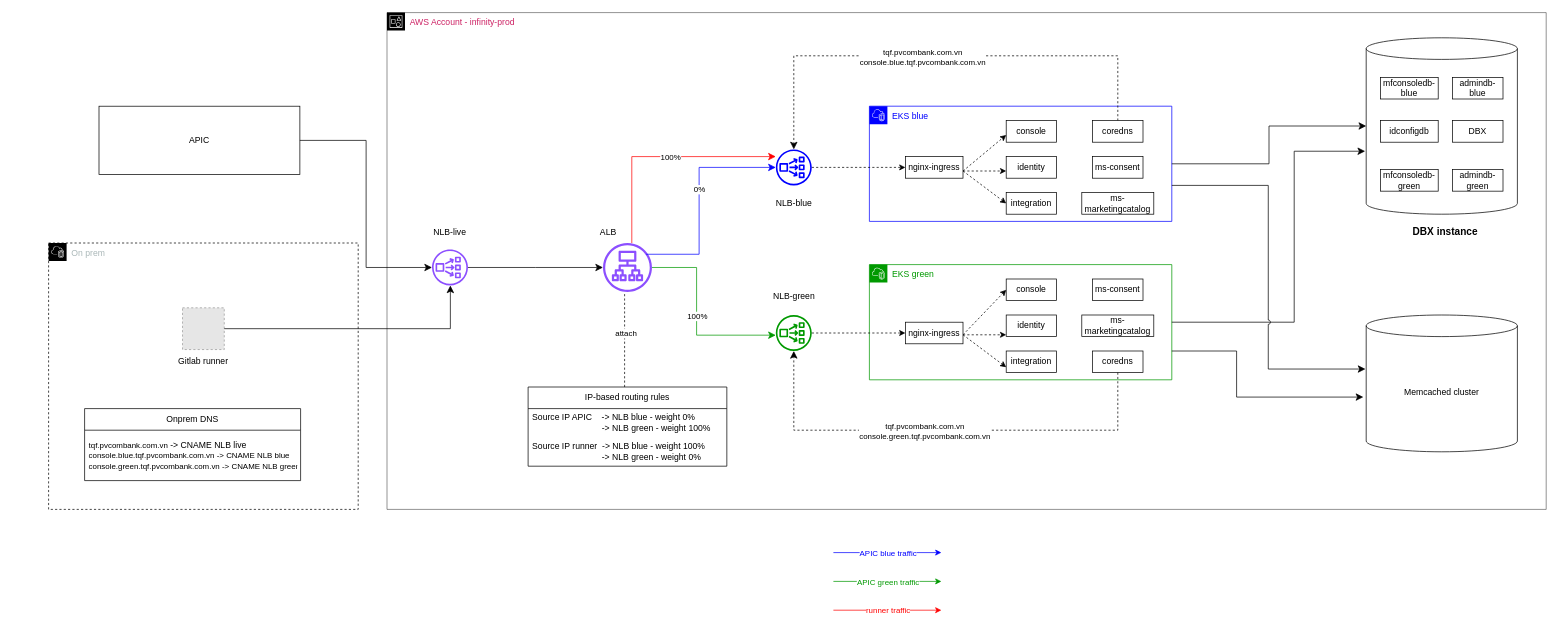
huyhoangit3/ansible-project keeps this draw.io diagram as deploy blue.drawio. Above is the earlier version. Source tidied: cells renumbered, new cells numbered last; positions are measured from the earlier drawing's top-left corner, leaving out a move shared by most shapes. Both pictures are drawn from the tidied source at 72%, with x=0, y=0 at pixel (48, 12). Pictures stored in the file or linked from it are replaced by grey dashed boxes.
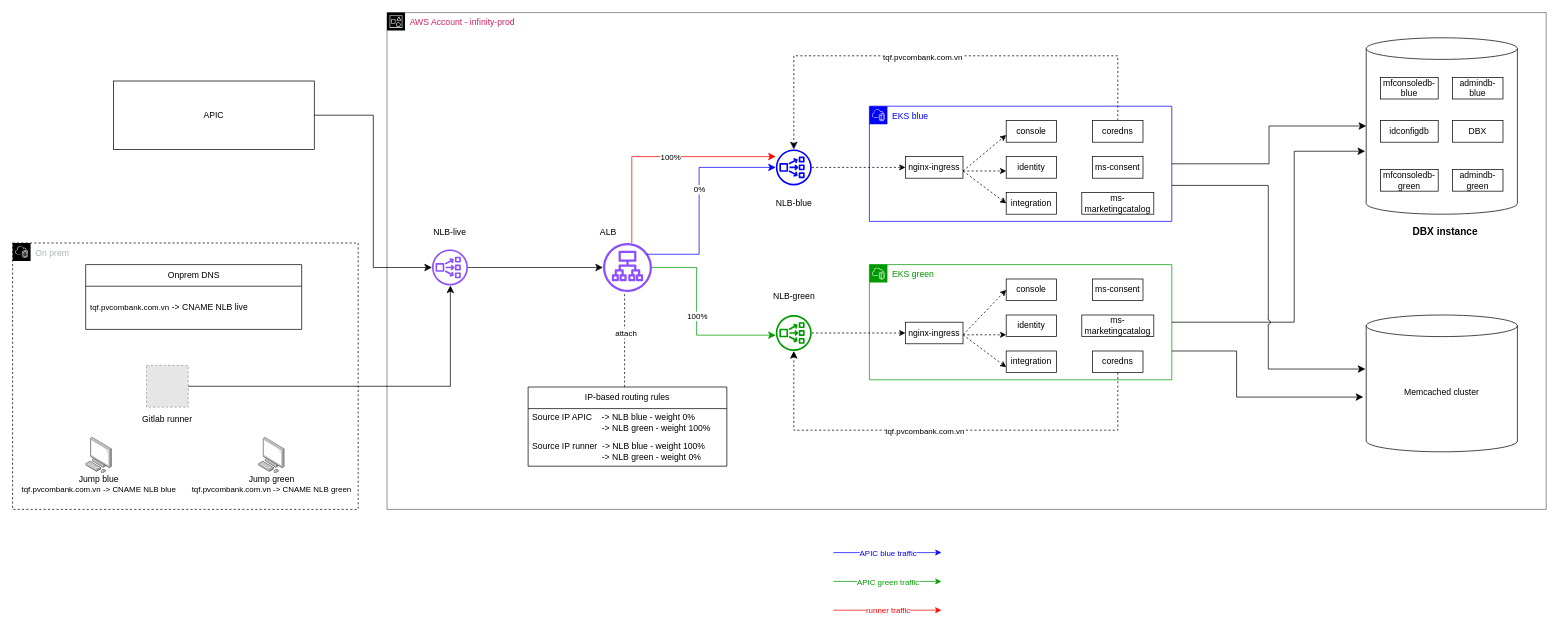
Above is the later version.

Unchanged cells that the change refers to:
```xml
<mxCell id="13" style="edgeStyle=elbowEdgeStyle;elbow=vertical;endArrow=classic;html=1;curved=0;rounded=0;endSize=8;startSize=8;dashed=1;" parent="1" edge="1" source="43" target="12">
  <mxGeometry relative="1" as="geometry">
    <Array as="points">
      <mxPoint x="1240" y="60" />
    </Array>
  </mxGeometry>
</mxCell>
<mxCell id="47" style="edgeStyle=elbowEdgeStyle;elbow=horizontal;endArrow=classic;html=1;curved=0;rounded=0;endSize=8;startSize=8;dashed=1;" parent="16" edge="1" source="46" target="31">
  <mxGeometry relative="1" as="geometry">
    <Array as="points">
      <mxPoint x="780" y="580" />
    </Array>
  </mxGeometry>
</mxCell>
```

Change to the diagram source:
```diff
@@
     <mxCell id="10" value="APIC" style="whiteSpace=wrap;html=1;align=center;" parent="1" vertex="1">
-      <mxGeometry x="70" y="130" width="279" height="95" as="geometry" />
+      <mxGeometry x="90" y="95" width="279" height="95" as="geometry" />
     </mxCell>
@@
-    <mxCell id="14" value="tqf.pvcombank.com.vn&lt;br&gt;&lt;div&gt;console.blue.tqf.pvcombank.com.vn&lt;/div&gt;" style="edgeLabel;html=1;align=center;verticalAlign=middle;" parent="13" vertex="1">
+    <mxCell id="14" value="tqf.pvcombank.com.vn" style="edgeLabel;html=1;align=center;verticalAlign=middle;" parent="13" vertex="1">
       <mxGeometry x="0.08" y="1" relative="1" as="geometry" />
     </mxCell>
@@
-    <mxCell id="48" value="tqf.pvcombank.com.vn&lt;br&gt;&lt;div&gt;console.green.tqf.pvcombank.com.vn&lt;/div&gt;" style="edgeLabel;html=1;align=center;verticalAlign=middle;" parent="47" vertex="1">
+    <mxCell id="48" value="tqf.pvcombank.com.vn" style="edgeLabel;html=1;align=center;verticalAlign=middle;" parent="47" vertex="1">
       <mxGeometry x="0.09" y="1" relative="1" as="geometry" />
     </mxCell>
@@
     <mxCell id="58" value="On prem" style="gradientColor=none;html=1;whiteSpace=wrap;fontSize=12;fontStyle=0;shape=mxgraph.aws4.group;grIcon=mxgraph.aws4.group_vpc2;strokeColor=#000000;fillColor=none;verticalAlign=top;align=left;spacingLeft=30;fontColor=#AAB7B8;dashed=1;" parent="1" vertex="1">
-      <mxGeometry y="320" width="430" height="370" as="geometry" />
+      <mxGeometry x="-50" y="320" width="480" height="370" as="geometry" />
     </mxCell>
     <mxCell id="59" style="fillColor=#E6E6E6;strokeColor=#999999;dashed=1;html=1;verticalAlign=top;verticalLabelPosition=bottom;labelBackgroundColor=#ffffff;" parent="58" vertex="1">
-      <mxGeometry x="186" y="90" width="58" height="58" as="geometry" />
+      <mxGeometry x="186" y="170" width="58" height="58" as="geometry" />
     </mxCell>
     <mxCell id="60" value="Gitlab runner" style="text;html=1;align=center;verticalAlign=middle;whiteSpace=wrap;rounded=0;" parent="58" vertex="1">
-      <mxGeometry x="175" y="150" width="80" height="30" as="geometry" />
+      <mxGeometry x="175" y="230" width="80" height="30" as="geometry" />
     </mxCell>
     <mxCell id="61" value="Onprem DNS" style="swimlane;fontStyle=0;horizontal=1;startSize=30;whiteSpace=wrap;html=1;" parent="58" vertex="1">
-      <mxGeometry x="50" y="230" width="300" height="100" as="geometry" />
+      <mxGeometry x="101.5" y="30" width="300" height="90" as="geometry" />
     </mxCell>
-    <mxCell id="62" value="&lt;span style=&quot;font-size: 11px; text-align: center; text-wrap-mode: nowrap; background-color: rgb(255, 255, 255);&quot;&gt;tqf.pvcombank.com.vn&lt;/span&gt;&amp;nbsp;-&amp;gt; CNAME NLB live&lt;div&gt;&lt;span style=&quot;background-color: light-dark(rgb(255, 255, 255), rgb(18, 18, 18)); font-size: 11px; text-align: center; text-wrap-mode: nowrap; color: light-dark(rgb(0, 0, 0), rgb(255, 255, 255));&quot;&gt;console.blue.tqf.pvcombank.com.vn -&amp;gt; CNAME NLB blue&lt;/span&gt;&lt;/div&gt;&lt;div&gt;&lt;span style=&quot;font-size: 11px; text-align: center; text-wrap-mode: nowrap; background-color: rgb(255, 255, 255);&quot;&gt;console.green.tqf.pvcombank.com.vn -&amp;gt; CNAME NLB green&lt;/span&gt;&lt;span style=&quot;background-color: light-dark(rgb(255, 255, 255), rgb(18, 18, 18)); font-size: 11px; text-align: center; text-wrap-mode: nowrap; color: light-dark(rgb(0, 0, 0), rgb(255, 255, 255));&quot;&gt;&lt;/span&gt;&lt;/div&gt;" style="text;strokeColor=none;fillColor=none;align=left;verticalAlign=middle;spacingLeft=4;spacingRight=4;overflow=hidden;whiteSpace=wrap;html=1;" parent="61" vertex="1">
-      <mxGeometry y="30" width="300" height="70" as="geometry" />
+    <mxCell id="62" value="&lt;span style=&quot;font-size: 11px; text-align: center; text-wrap-mode: nowrap; background-color: rgb(255, 255, 255);&quot;&gt;tqf.pvcombank.com.vn&lt;/span&gt;&amp;nbsp;-&amp;gt; CNAME NLB live" style="text;strokeColor=none;fillColor=none;align=left;verticalAlign=middle;spacingLeft=4;spacingRight=4;overflow=hidden;whiteSpace=wrap;html=1;" parent="61" vertex="1">
+      <mxGeometry y="30" width="300" height="60" as="geometry" />
     </mxCell>
+    <mxCell id="78" style="image;html=1;align=center;shadow=0;dashed=0;image=img/lib/allied_telesis/computer_and_terminals/Personal_Computer.svg;" parent="58" vertex="1">
+      <mxGeometry x="101.5" y="270" width="36.9" height="50" as="geometry" />
+    </mxCell>
+    <mxCell id="79" value="Jump blue&lt;div&gt;&lt;span style=&quot;font-size: 11px; text-wrap-mode: nowrap; background-color: rgb(255, 255, 255);&quot;&gt;tqf.pvcombank.com.vn -&amp;gt; CNAME NLB blue&lt;/span&gt;&lt;/div&gt;" style="text;html=1;align=center;verticalAlign=middle;whiteSpace=wrap;rounded=0;" parent="58" vertex="1">
+      <mxGeometry x="80" y="320" width="80" height="30" as="geometry" />
+    </mxCell>
+    <mxCell id="80" style="image;html=1;align=center;shadow=0;dashed=0;image=img/lib/allied_telesis/computer_and_terminals/Personal_Computer.svg;" parent="58" vertex="1">
+      <mxGeometry x="341.5" y="270" width="36.9" height="50" as="geometry" />
+    </mxCell>
+    <mxCell id="81" value="Jump green&lt;div&gt;&lt;span style=&quot;font-size: 11px; text-wrap-mode: nowrap; background-color: rgb(255, 255, 255);&quot;&gt;tqf.pvcombank.com.vn -&amp;gt; CNAME NLB green&lt;/span&gt;&lt;/div&gt;" style="text;html=1;align=center;verticalAlign=middle;whiteSpace=wrap;rounded=0;" parent="58" vertex="1">
+      <mxGeometry x="320" y="320" width="80" height="30" as="geometry" />
+    </mxCell>
```
